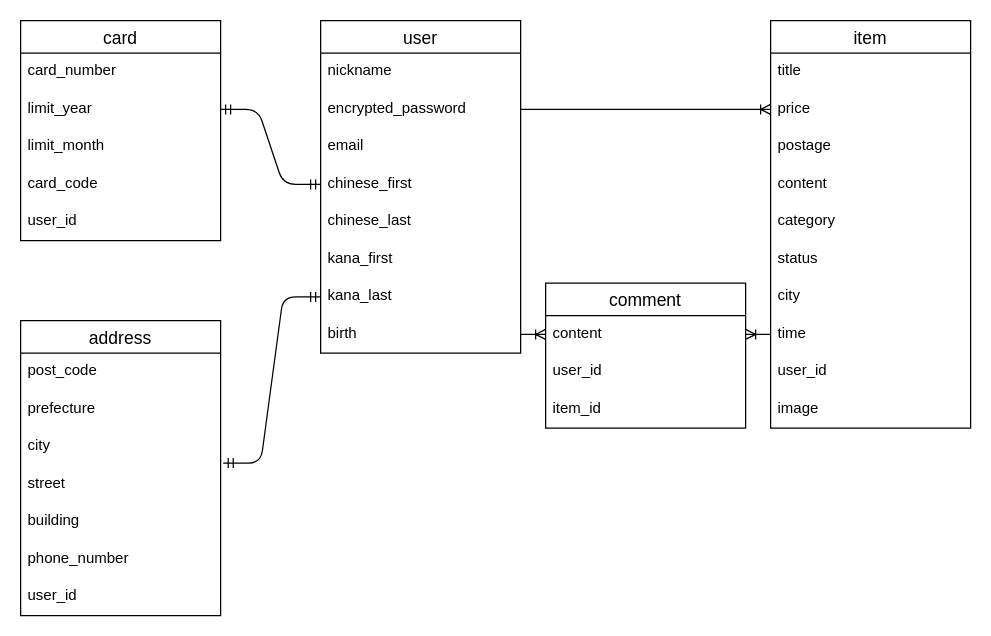
Before: page "ページ2" (1 of 2) of test.dio in aburada0306/furima-39133, a draw.io diagram. Source tidied: cells renumbered, new cells numbered last; positions are measured from the earlier drawing's top-left corner, leaving out a move shared by most shapes. Both pictures are drawn from the tidied source at 125%, with x=0, y=0 at pixel (20, 20).
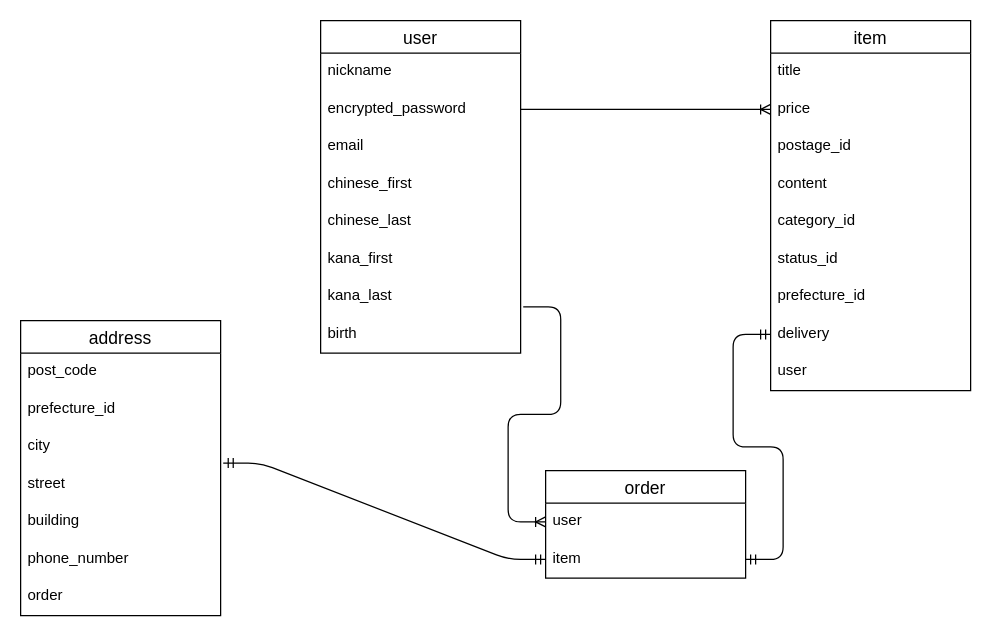
The same diagram, later.

Commit message:
データベース設計

The change refers to these unchanged cells:
```xml
<mxCell id="6" value="chinese_first" style="text;strokeColor=none;fillColor=none;spacingLeft=4;spacingRight=4;overflow=hidden;points=[[0,0.5],[1,0.5]];portConstraint=eastwest;fontSize=12;" parent="2" vertex="1">
  <mxGeometry y="116" width="160" height="30" as="geometry" />
</mxCell>
<mxCell id="9" value="kana_last" style="text;strokeColor=none;fillColor=none;spacingLeft=4;spacingRight=4;overflow=hidden;points=[[0,0.5],[1,0.5]];portConstraint=eastwest;fontSize=12;" parent="2" vertex="1">
  <mxGeometry y="206" width="160" height="30" as="geometry" />
</mxCell>
<mxCell id="10" value="birth" style="text;strokeColor=none;fillColor=none;spacingLeft=4;spacingRight=4;overflow=hidden;points=[[0,0.5],[1,0.5]];portConstraint=eastwest;fontSize=12;" parent="2" vertex="1">
  <mxGeometry y="236" width="160" height="30" as="geometry" />
</mxCell>
<mxCell id="26" value="address" style="swimlane;fontStyle=0;horizontal=1;startSize=26;align=center;fontSize=14;" parent="1" vertex="1">
  <mxGeometry y="240" width="160" height="236" as="geometry" />
</mxCell>
<mxCell id="30" value="street" style="text;strokeColor=none;fillColor=none;spacingLeft=4;spacingRight=4;overflow=hidden;points=[[0,0.5],[1,0.5]];portConstraint=eastwest;fontSize=12;" parent="26" vertex="1">
  <mxGeometry y="116" width="160" height="30" as="geometry" />
</mxCell>
```

The edit, as a diff of the source:
```diff
@@
     <mxCell id="11" value="item" style="swimlane;fontStyle=0;horizontal=1;startSize=26;align=center;fontSize=14;" parent="1" vertex="1">
-      <mxGeometry x="600" width="160" height="326" as="geometry" />
+      <mxGeometry x="600" width="160" height="296" as="geometry" />
     </mxCell>
@@
-    <mxCell id="14" value="postage" style="text;strokeColor=none;fillColor=none;spacingLeft=4;spacingRight=4;overflow=hidden;fontSize=12;" parent="11" vertex="1">
+    <mxCell id="14" value="postage_id" style="text;strokeColor=none;fillColor=none;spacingLeft=4;spacingRight=4;overflow=hidden;fontSize=12;" parent="11" vertex="1">
       <mxGeometry y="86" width="160" height="30" as="geometry" />
     </mxCell>
@@
-    <mxCell id="16" value="category" style="text;strokeColor=none;fillColor=none;spacingLeft=4;spacingRight=4;overflow=hidden;fontSize=12;" parent="11" vertex="1">
+    <mxCell id="16" value="category_id" style="text;strokeColor=none;fillColor=none;spacingLeft=4;spacingRight=4;overflow=hidden;fontSize=12;" parent="11" vertex="1">
       <mxGeometry y="146" width="160" height="30" as="geometry" />
     </mxCell>
-    <mxCell id="17" value="status" style="text;strokeColor=none;fillColor=none;spacingLeft=4;spacingRight=4;overflow=hidden;fontSize=12;" parent="11" vertex="1">
+    <mxCell id="17" value="status_id" style="text;strokeColor=none;fillColor=none;spacingLeft=4;spacingRight=4;overflow=hidden;fontSize=12;" parent="11" vertex="1">
       <mxGeometry y="176" width="160" height="30" as="geometry" />
     </mxCell>
-    <mxCell id="18" value="city" style="text;strokeColor=none;fillColor=none;spacingLeft=4;spacingRight=4;overflow=hidden;fontSize=12;" parent="11" vertex="1">
+    <mxCell id="18" value="prefecture_id" style="text;strokeColor=none;fillColor=none;spacingLeft=4;spacingRight=4;overflow=hidden;fontSize=12;" parent="11" vertex="1">
       <mxGeometry y="206" width="160" height="30" as="geometry" />
     </mxCell>
-    <mxCell id="19" value="time" style="text;strokeColor=none;fillColor=none;spacingLeft=4;spacingRight=4;overflow=hidden;points=[[0,0.5],[1,0.5]];portConstraint=eastwest;fontSize=12;" parent="11" vertex="1">
+    <mxCell id="19" value="delivery" style="text;strokeColor=none;fillColor=none;spacingLeft=4;spacingRight=4;overflow=hidden;points=[[0,0.5],[1,0.5]];portConstraint=eastwest;fontSize=12;" parent="11" vertex="1">
       <mxGeometry y="236" width="160" height="30" as="geometry" />
     </mxCell>
-    <mxCell id="20" value="user_id" style="text;strokeColor=none;fillColor=none;spacingLeft=4;spacingRight=4;overflow=hidden;fontSize=12;" parent="11" vertex="1">
+    <mxCell id="20" value="user" style="text;strokeColor=none;fillColor=none;spacingLeft=4;spacingRight=4;overflow=hidden;fontSize=12;" parent="11" vertex="1">
       <mxGeometry y="266" width="160" height="30" as="geometry" />
     </mxCell>
-    <mxCell id="21" value="image" style="text;strokeColor=none;fillColor=none;spacingLeft=4;spacingRight=4;overflow=hidden;fontSize=12;" parent="11" vertex="1">
-      <mxGeometry y="296" width="160" height="30" as="geometry" />
-    </mxCell>
-    <mxCell id="22" value="comment" style="swimlane;fontStyle=0;horizontal=1;startSize=26;align=center;fontSize=14;" parent="1" vertex="1">
-      <mxGeometry x="420" y="210" width="160" height="116" as="geometry" />
+    <mxCell id="22" value="order" style="swimlane;fontStyle=0;horizontal=1;startSize=26;align=center;fontSize=14;" parent="1" vertex="1">
+      <mxGeometry x="420" y="360" width="160" height="86" as="geometry" />
     </mxCell>
-    <mxCell id="23" value="content" style="text;strokeColor=none;fillColor=none;spacingLeft=4;spacingRight=4;overflow=hidden;points=[[0,0.5],[1,0.5]];portConstraint=eastwest;fontSize=12;" parent="22" vertex="1">
-      <mxGeometry y="26" width="160" height="30" as="geometry" />
-    </mxCell>
-    <mxCell id="24" value="user_id" style="text;strokeColor=none;fillColor=none;spacingLeft=4;spacingRight=4;overflow=hidden;points=[[0,0.5],[1,0.5]];portConstraint=eastwest;fontSize=12;" parent="22" vertex="1">
-      <mxGeometry y="56" width="160" height="30" as="geometry" />
+    <mxCell id="24" value="user" style="text;strokeColor=none;fillColor=none;spacingLeft=4;spacingRight=4;overflow=hidden;points=[[0,0.5],[1,0.5]];portConstraint=eastwest;fontSize=12;" parent="22" vertex="1">
+      <mxGeometry y="26" width="160" height="30" as="geometry" />
     </mxCell>
-    <mxCell id="25" value="item_id" style="text;strokeColor=none;fillColor=none;spacingLeft=4;spacingRight=4;overflow=hidden;points=[[0,0.5],[1,0.5]];portConstraint=eastwest;fontSize=12;" parent="22" vertex="1">
-      <mxGeometry y="86" width="160" height="30" as="geometry" />
+    <mxCell id="25" value="item" style="text;strokeColor=none;fillColor=none;spacingLeft=4;spacingRight=4;overflow=hidden;points=[[0,0.5],[1,0.5]];portConstraint=eastwest;fontSize=12;" parent="22" vertex="1">
+      <mxGeometry y="56" width="160" height="30" as="geometry" />
     </mxCell>
@@
-    <mxCell id="28" value="prefecture" style="text;strokeColor=none;fillColor=none;spacingLeft=4;spacingRight=4;overflow=hidden;fontSize=12;" parent="26" vertex="1">
+    <mxCell id="28" value="prefecture_id" style="text;strokeColor=none;fillColor=none;spacingLeft=4;spacingRight=4;overflow=hidden;fontSize=12;" parent="26" vertex="1">
       <mxGeometry y="56" width="160" height="30" as="geometry" />
     </mxCell>
@@
-    <mxCell id="33" value="user_id" style="text;strokeColor=none;fillColor=none;spacingLeft=4;spacingRight=4;overflow=hidden;fontSize=12;" parent="26" vertex="1">
+    <mxCell id="33" value="order" style="text;strokeColor=none;fillColor=none;spacingLeft=4;spacingRight=4;overflow=hidden;fontSize=12;" parent="26" vertex="1">
       <mxGeometry y="206" width="160" height="30" as="geometry" />
     </mxCell>
@@
-    <mxCell id="35" value="card" style="swimlane;fontStyle=0;horizontal=1;startSize=26;align=center;fontSize=14;" parent="1" vertex="1">
-      <mxGeometry width="160" height="176" as="geometry" />
-    </mxCell>
-    <mxCell id="36" value="card_number" style="text;strokeColor=none;fillColor=none;spacingLeft=4;spacingRight=4;overflow=hidden;fontSize=12;" parent="35" vertex="1">
-      <mxGeometry y="26" width="160" height="30" as="geometry" />
-    </mxCell>
-    <mxCell id="37" value="limit_year" style="text;strokeColor=none;fillColor=none;spacingLeft=4;spacingRight=4;overflow=hidden;points=[[0,0.5],[1,0.5]];portConstraint=eastwest;fontSize=12;" parent="35" vertex="1">
-      <mxGeometry y="56" width="160" height="30" as="geometry" />
-    </mxCell>
-    <mxCell id="38" value="limit_month" style="text;strokeColor=none;fillColor=none;spacingLeft=4;spacingRight=4;overflow=hidden;fontSize=12;" parent="35" vertex="1">
-      <mxGeometry y="86" width="160" height="30" as="geometry" />
-    </mxCell>
-    <mxCell id="39" value="card_code" style="text;strokeColor=none;fillColor=none;spacingLeft=4;spacingRight=4;overflow=hidden;fontSize=12;" parent="35" vertex="1">
-      <mxGeometry y="116" width="160" height="30" as="geometry" />
-    </mxCell>
-    <mxCell id="40" value="user_id" style="text;strokeColor=none;fillColor=none;spacingLeft=4;spacingRight=4;overflow=hidden;fontSize=12;" parent="35" vertex="1">
-      <mxGeometry y="146" width="160" height="30" as="geometry" />
-    </mxCell>
-    <mxCell id="41" style="edgeStyle=none;html=1;exitX=1;exitY=0.5;exitDx=0;exitDy=0;entryX=0;entryY=0.5;entryDx=0;entryDy=0;endArrow=ERoneToMany;endFill=0;" parent="1" edge="1" source="10" target="23">
-      <mxGeometry relative="1" as="geometry" />
-    </mxCell>
-    <mxCell id="42" style="edgeStyle=none;html=1;entryX=1;entryY=0.5;entryDx=0;entryDy=0;endArrow=ERoneToMany;endFill=0;exitX=0;exitY=0.5;exitDx=0;exitDy=0;" parent="1" edge="1" source="19" target="23">
-      <mxGeometry relative="1" as="geometry" />
-    </mxCell>
-    <mxCell id="43" style="edgeStyle=entityRelationEdgeStyle;fontSize=12;html=1;endArrow=ERmandOne;startArrow=ERmandOne;exitX=1.013;exitY=-0.067;exitDx=0;exitDy=0;exitPerimeter=0;entryX=0;entryY=0.5;entryDx=0;entryDy=0;" parent="1" edge="1" source="30" target="9">
+    <mxCell id="43" style="edgeStyle=entityRelationEdgeStyle;fontSize=12;html=1;endArrow=ERmandOne;startArrow=ERmandOne;exitX=1.013;exitY=-0.067;exitDx=0;exitDy=0;exitPerimeter=0;entryX=0;entryY=0.5;entryDx=0;entryDy=0;" parent="1" edge="1" source="30" target="25">
       <mxGeometry relative="1" as="geometry" />
     </mxCell>
-    <mxCell id="44" style="edgeStyle=entityRelationEdgeStyle;fontSize=12;html=1;endArrow=ERmandOne;startArrow=ERmandOne;exitX=1;exitY=0.5;exitDx=0;exitDy=0;entryX=0;entryY=0.5;entryDx=0;entryDy=0;" parent="1" edge="1" source="37" target="6">
-      <mxGeometry relative="1" as="geometry" />
-    </mxCell>
+    <mxCell id="45" style="edgeStyle=entityRelationEdgeStyle;fontSize=12;html=1;endArrow=ERoneToMany;entryX=0;entryY=0.5;entryDx=0;entryDy=0;exitX=1.013;exitY=0.767;exitDx=0;exitDy=0;exitPerimeter=0;" parent="1" edge="1" source="9" target="24">
+      <mxGeometry relative="1" as="geometry" />
+    </mxCell>
+    <mxCell id="46" style="edgeStyle=entityRelationEdgeStyle;fontSize=12;html=1;endArrow=ERmandOne;startArrow=ERmandOne;exitX=1;exitY=0.5;exitDx=0;exitDy=0;entryX=0;entryY=0.5;entryDx=0;entryDy=0;" parent="1" edge="1" source="25" target="19">
+      <mxGeometry relative="1" as="geometry" />
+    </mxCell>
```
